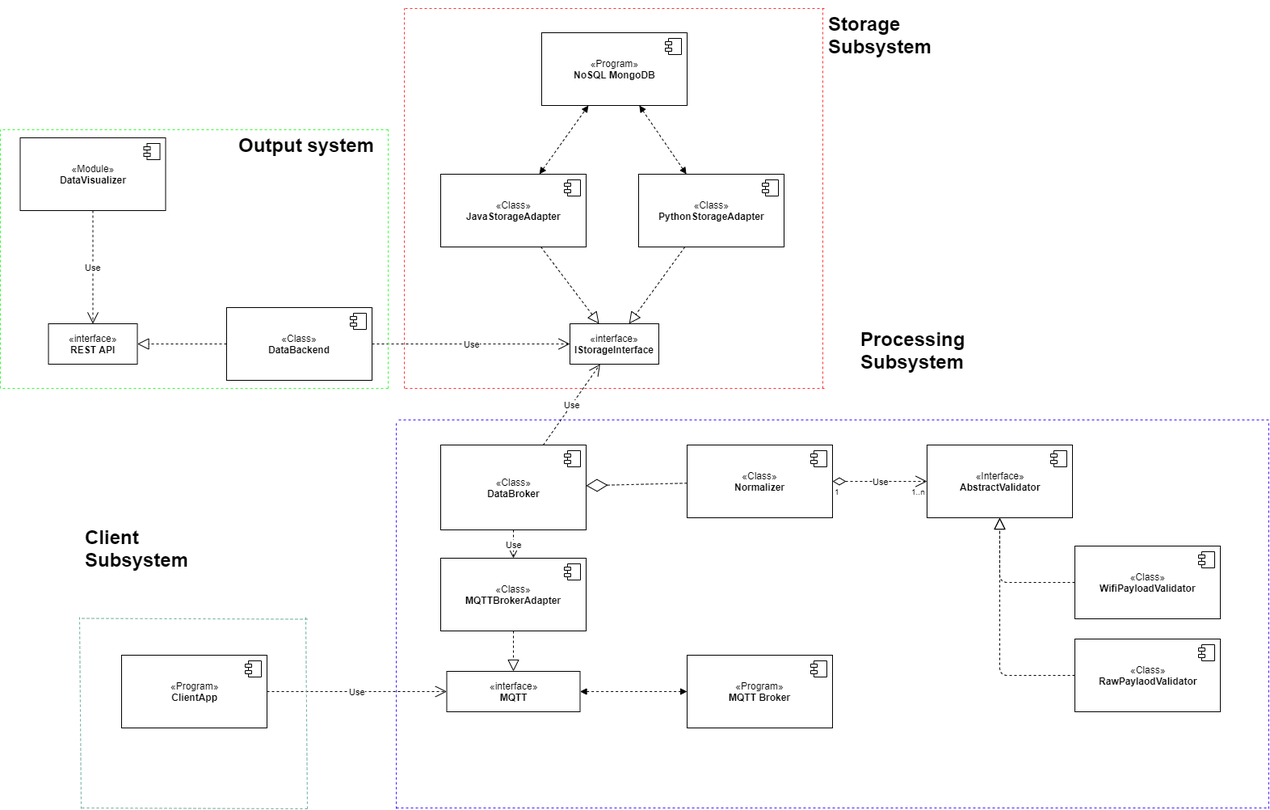
Above: docs/schemes/classes/ClassDiagram-overview.png in Kirkirillka/GPS_Tracker (draw.io), before the change. Source tidied: cells renumbered, new cells last; positions are measured from the earlier drawing's top-left corner, leaving out a move shared by most shapes.
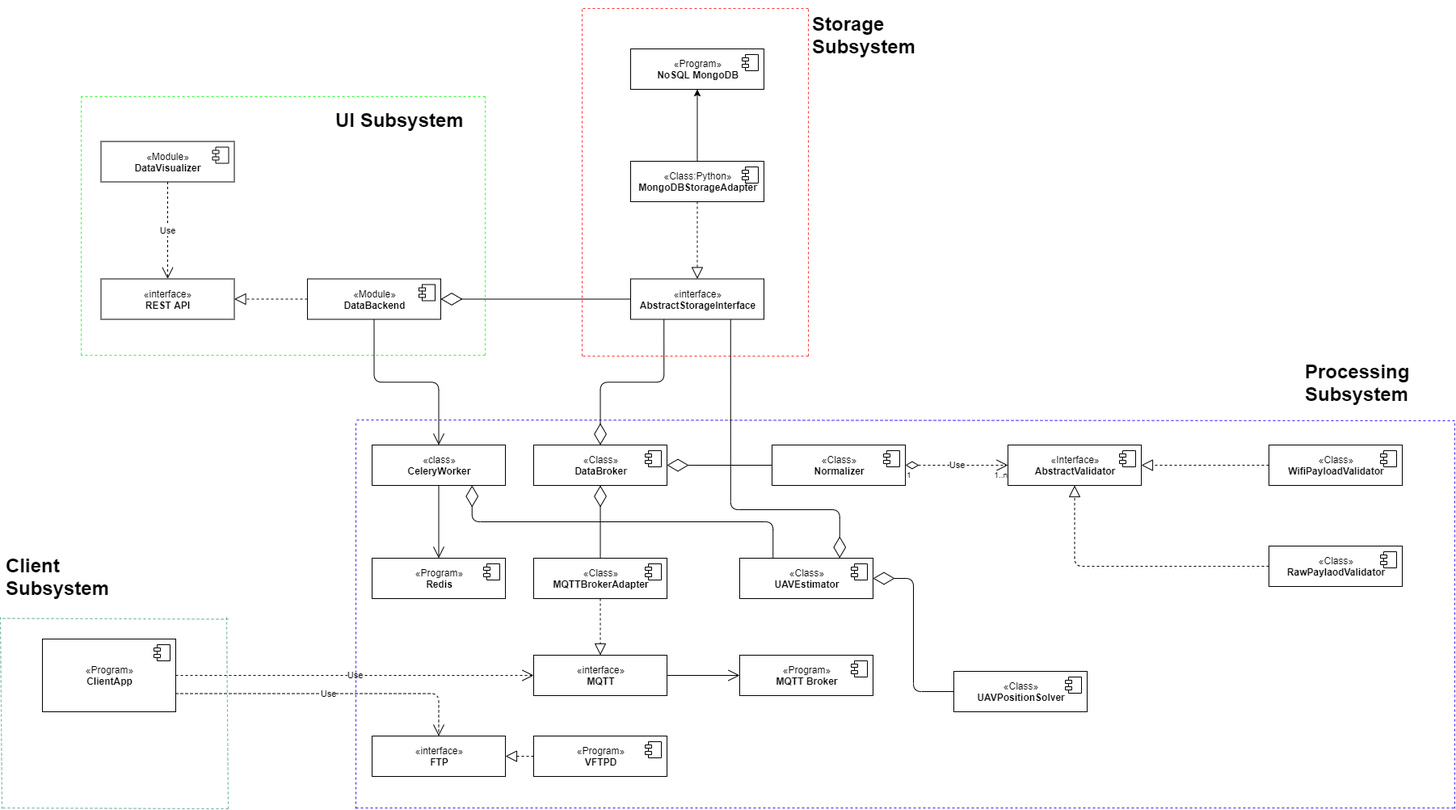
Above is the later version.

Diff of the diagram source:
```diff
@@ -4,13 +4,7 @@
     <mxCell id="1" parent="0" />
-    <mxCell id="2" value="«interface»&lt;br&gt;&lt;b&gt;IStorageInterface&lt;/b&gt;" style="html=1;" parent="1" vertex="1">
-      <mxGeometry x="705" y="390" width="110" height="50" as="geometry" />
+    <mxCell id="2" value="«interface»&lt;br&gt;&lt;b&gt;AbstractStorageInterface&lt;/b&gt;" style="html=1;" parent="1" vertex="1">
+      <mxGeometry x="680" y="334.5" width="165" height="50" as="geometry" />
     </mxCell>
-    <mxCell id="3" value="Use" style="endArrow=open;endSize=12;dashed=1;html=1;" parent="1" edge="1" source="5" target="2">
-      <mxGeometry relative="1" as="geometry" />
-    </mxCell>
-    <mxCell id="4" style="endArrow=block;dashed=1;endFill=0;endSize=12;html=1;" parent="1" edge="1" source="11" target="2">
-      <mxGeometry relative="1" as="geometry" />
-    </mxCell>
     <mxCell id="5" value="«Class»&lt;br&gt;&lt;b&gt;DataBroker&lt;/b&gt;" style="html=1;" parent="1" vertex="1">
-      <mxGeometry x="545" y="540" width="180" height="105" as="geometry" />
+      <mxGeometry x="560" y="540" width="165" height="50" as="geometry" />
     </mxCell>
@@ -21,4 +15,4 @@
     </mxCell>
-    <mxCell id="7" value="«Class»&lt;br&gt;&lt;b&gt;DataBackend&lt;/b&gt;" style="html=1;" parent="1" vertex="1">
-      <mxGeometry x="280" y="370" width="180" height="90" as="geometry" />
+    <mxCell id="7" value="«Module»&lt;br&gt;&lt;b&gt;DataBackend&lt;/b&gt;" style="html=1;" parent="1" vertex="1">
+      <mxGeometry x="280" y="334.5" width="165" height="50" as="geometry" />
     </mxCell>
@@ -29,18 +23,7 @@
     </mxCell>
-    <mxCell id="9" value="Use" style="endArrow=open;endSize=12;dashed=1;html=1;" parent="1" edge="1" source="7" target="2">
-      <mxGeometry relative="1" as="geometry" />
-    </mxCell>
     <mxCell id="10" value="«interface»&lt;br&gt;&lt;b&gt;MQTT&lt;/b&gt;&lt;br&gt;" style="html=1;" parent="1" vertex="1">
-      <mxGeometry x="552.5" y="820" width="165" height="50" as="geometry" />
+      <mxGeometry x="560" y="800" width="165" height="50" as="geometry" />
     </mxCell>
-    <mxCell id="11" value="«Class»&lt;br&gt;&lt;b&gt;JavaStorageAdapter&lt;/b&gt;" style="html=1;" parent="1" vertex="1">
-      <mxGeometry x="545" y="205" width="180" height="90" as="geometry" />
-    </mxCell>
-    <mxCell id="12" style="shape=component;jettyWidth=8;jettyHeight=4;" parent="11" vertex="1">
-      <mxGeometry x="1" width="20" height="20" relative="1" as="geometry">
-        <mxPoint x="-27" y="7" as="offset" />
-      </mxGeometry>
-    </mxCell>
     <mxCell id="13" value="«Class»&lt;br&gt;&lt;b&gt;MQTTBrokerAdapter&lt;/b&gt;" style="html=1;" parent="1" vertex="1">
-      <mxGeometry x="545" y="680" width="180" height="90" as="geometry" />
+      <mxGeometry x="560" y="680" width="165" height="50" as="geometry" />
     </mxCell>
@@ -54,7 +37,4 @@
     </mxCell>
-    <mxCell id="16" value="Use" style="endArrow=open;endSize=12;dashed=1;html=1;" parent="1" edge="1" source="5" target="13">
-      <mxGeometry relative="1" as="geometry" />
-    </mxCell>
     <mxCell id="17" value="«Program»&lt;br&gt;&lt;b&gt;MQTT Broker&lt;/b&gt;" style="html=1;" parent="1" vertex="1">
-      <mxGeometry x="850" y="800" width="180" height="90" as="geometry" />
+      <mxGeometry x="815" y="800" width="165" height="50" as="geometry" />
     </mxCell>
@@ -65,7 +45,4 @@
     </mxCell>
-    <mxCell id="19" style="endArrow=block;startArrow=block;endFill=1;startFill=1;html=1;dashed=1;edgeStyle=orthogonalEdgeStyle;" parent="1" edge="1" source="10" target="17">
-      <mxGeometry relative="1" as="geometry" />
-    </mxCell>
     <mxCell id="20" value="«Program»&lt;br&gt;&lt;b&gt;NoSQL MongoDB&lt;/b&gt;" style="html=1;" parent="1" vertex="1">
-      <mxGeometry x="670" y="30" width="180" height="90" as="geometry" />
+      <mxGeometry x="680" y="50" width="165" height="50" as="geometry" />
     </mxCell>
@@ -76,7 +53,4 @@
     </mxCell>
-    <mxCell id="22" style="endArrow=block;startArrow=block;endFill=1;startFill=1;html=1;dashed=1;" parent="1" edge="1" source="11" target="20">
-      <mxGeometry relative="1" as="geometry" />
-    </mxCell>
     <mxCell id="23" value="«Program»&lt;br&gt;&lt;b&gt;ClientApp&lt;/b&gt;" style="html=1;" parent="1" vertex="1">
-      <mxGeometry x="150" y="800" width="180" height="90" as="geometry" />
+      <mxGeometry x="-48" y="780" width="165" height="90" as="geometry" />
     </mxCell>
@@ -91,3 +65,3 @@
     <mxCell id="26" value="«Module»&lt;br&gt;&lt;b&gt;DataVisualizer&lt;/b&gt;" style="html=1;" parent="1" vertex="1">
-      <mxGeometry x="24.5" y="160" width="180" height="90" as="geometry" />
+      <mxGeometry x="24.5" y="164.5" width="165" height="50" as="geometry" />
     </mxCell>
@@ -99,3 +73,3 @@
     <mxCell id="28" value="«interface»&lt;br&gt;&lt;b&gt;REST API&lt;/b&gt;" style="html=1;" parent="1" vertex="1">
-      <mxGeometry x="59.5" y="390" width="110" height="50" as="geometry" />
+      <mxGeometry x="24.5" y="334.5" width="165" height="50" as="geometry" />
     </mxCell>
@@ -108,3 +82,3 @@
     <mxCell id="31" value="«Class»&lt;br&gt;&lt;b&gt;Normalizer&lt;/b&gt;" style="html=1;" parent="1" vertex="1">
-      <mxGeometry x="850" y="540" width="180" height="90" as="geometry" />
+      <mxGeometry x="855" y="540" width="165" height="50" as="geometry" />
     </mxCell>
@@ -116,3 +90,3 @@
     <mxCell id="33" value="«Interface»&lt;br&gt;&lt;b&gt;AbstractValidator&lt;/b&gt;&lt;br&gt;" style="html=1;" parent="1" vertex="1">
-      <mxGeometry x="1147" y="540" width="180" height="90" as="geometry" />
+      <mxGeometry x="1147" y="540" width="165" height="50" as="geometry" />
     </mxCell>
@@ -124,3 +98,3 @@
     <mxCell id="35" value="«Class»&lt;br&gt;&lt;b&gt;RawPaylaodValidator&lt;/b&gt;" style="html=1;" parent="1" vertex="1">
-      <mxGeometry x="1330" y="780" width="180" height="90" as="geometry" />
+      <mxGeometry x="1470" y="665" width="165" height="50" as="geometry" />
     </mxCell>
@@ -132,3 +106,3 @@
     <mxCell id="37" value="«Class»&lt;br&gt;&lt;b&gt;WifiPayloadValidator&lt;/b&gt;" style="html=1;" parent="1" vertex="1">
-      <mxGeometry x="1330" y="665" width="180" height="90" as="geometry" />
+      <mxGeometry x="1470" y="540" width="165" height="50" as="geometry" />
     </mxCell>
@@ -154,9 +128,6 @@
     </mxCell>
-    <mxCell id="44" style="endArrow=diamondThin;endFill=0;endSize=24;html=1;dashed=1;" parent="1" edge="1" source="31" target="5">
-      <mxGeometry relative="1" as="geometry" />
-    </mxCell>
     <mxCell id="45" style="endArrow=none;dashed=1;html=1;strokeColor=#4517FF;" parent="1" edge="1">
       <mxGeometry relative="1" as="geometry">
-        <mxPoint x="490" y="989" as="sourcePoint" />
-        <mxPoint x="1570" y="989" as="targetPoint" />
+        <mxPoint x="340" y="989" as="sourcePoint" />
+        <mxPoint x="1700" y="989" as="targetPoint" />
       </mxGeometry>
@@ -165,10 +136,9 @@
       <mxGeometry relative="1" as="geometry">
-        <mxPoint x="490" y="990" as="sourcePoint" />
-        <mxPoint x="490" y="510" as="targetPoint" />
+        <mxPoint x="340" y="990" as="sourcePoint" />
+        <mxPoint x="340" y="510" as="targetPoint" />
       </mxGeometry>
     </mxCell>
-    <mxCell id="47" style="endArrow=none;dashed=1;html=1;strokeColor=#4517FF;" parent="1" edge="1">
+    <mxCell id="47" style="endArrow=none;dashed=1;html=1;strokeColor=#4517FF;exitX=1;exitY=1;exitDx=0;exitDy=0;" parent="1" edge="1" source="59">
       <mxGeometry relative="1" as="geometry">
-        <mxPoint x="1570" y="509" as="sourcePoint" />
-        <mxPoint x="490" y="509" as="targetPoint" />
+        <mxPoint x="340" y="509" as="targetPoint" />
       </mxGeometry>
@@ -177,4 +147,4 @@
       <mxGeometry relative="1" as="geometry">
-        <mxPoint x="1570" y="990" as="sourcePoint" />
-        <mxPoint x="1570" y="510" as="targetPoint" />
+        <mxPoint x="1700" y="990" as="sourcePoint" />
+        <mxPoint x="1700" y="510" as="targetPoint" />
       </mxGeometry>
@@ -183,4 +153,4 @@
       <mxGeometry relative="1" as="geometry">
-        <mxPoint x="1020" as="sourcePoint" />
-        <mxPoint x="500" as="targetPoint" />
+        <mxPoint x="900" as="sourcePoint" />
+        <mxPoint x="620" as="targetPoint" />
       </mxGeometry>
@@ -189,4 +159,4 @@
       <mxGeometry relative="1" as="geometry">
-        <mxPoint x="1020" y="470" as="sourcePoint" />
-        <mxPoint x="500" y="470" as="targetPoint" />
+        <mxPoint x="900" y="430" as="sourcePoint" />
+        <mxPoint x="620" y="430" as="targetPoint" />
       </mxGeometry>
@@ -195,4 +165,4 @@
       <mxGeometry relative="1" as="geometry">
-        <mxPoint x="500" y="470" as="sourcePoint" />
-        <mxPoint x="500" as="targetPoint" />
+        <mxPoint x="620" y="430" as="sourcePoint" />
+        <mxPoint x="620" as="targetPoint" />
       </mxGeometry>
@@ -201,4 +171,4 @@
       <mxGeometry relative="1" as="geometry">
-        <mxPoint x="1018" y="470" as="sourcePoint" />
-        <mxPoint x="1018" as="targetPoint" />
+        <mxPoint x="900" y="430" as="sourcePoint" />
+        <mxPoint x="900" as="targetPoint" />
       </mxGeometry>
@@ -207,4 +177,4 @@
       <mxGeometry relative="1" as="geometry">
-        <mxPoint x="480" y="470" as="sourcePoint" />
-        <mxPoint x="480" y="150" as="targetPoint" />
+        <mxPoint x="500" y="429" as="sourcePoint" />
+        <mxPoint x="500" y="109" as="targetPoint" />
       </mxGeometry>
@@ -213,4 +183,4 @@
       <mxGeometry relative="1" as="geometry">
-        <mxPoint y="470" as="sourcePoint" />
-        <mxPoint y="150" as="targetPoint" />
+        <mxPoint y="429" as="sourcePoint" />
+        <mxPoint y="109" as="targetPoint" />
       </mxGeometry>
@@ -219,4 +189,4 @@
       <mxGeometry relative="1" as="geometry">
-        <mxPoint x="480" y="470" as="sourcePoint" />
-        <mxPoint y="470" as="targetPoint" />
+        <mxPoint x="500" y="429" as="sourcePoint" />
+        <mxPoint y="429" as="targetPoint" />
       </mxGeometry>
@@ -225,4 +195,4 @@
       <mxGeometry relative="1" as="geometry">
-        <mxPoint x="480" y="150" as="sourcePoint" />
-        <mxPoint y="150" as="targetPoint" />
+        <mxPoint x="500" y="109" as="sourcePoint" />
+        <mxPoint y="109" as="targetPoint" />
       </mxGeometry>
@@ -230,9 +200,9 @@
     <mxCell id="57" value="&lt;h1&gt;Storage Subsystem&lt;/h1&gt;&lt;p&gt;&lt;br&gt;&lt;/p&gt;" style="text;html=1;strokeColor=none;fillColor=none;spacing=5;spacingTop=-20;whiteSpace=wrap;overflow=hidden;rounded=0;" parent="1" vertex="1">
-      <mxGeometry x="1019.5" width="190" height="120" as="geometry" />
+      <mxGeometry x="900" width="190" height="120" as="geometry" />
     </mxCell>
-    <mxCell id="58" value="&lt;h1&gt;Output system&lt;/h1&gt;" style="text;html=1;strokeColor=none;fillColor=none;spacing=5;spacingTop=-20;whiteSpace=wrap;overflow=hidden;rounded=0;" parent="1" vertex="1">
-      <mxGeometry x="290" y="150" width="190" height="120" as="geometry" />
+    <mxCell id="58" value="&lt;h1&gt;UI Subsystem&lt;/h1&gt;" style="text;html=1;strokeColor=none;fillColor=none;spacing=5;spacingTop=-20;whiteSpace=wrap;overflow=hidden;rounded=0;" parent="1" vertex="1">
+      <mxGeometry x="310" y="119" width="190" height="120" as="geometry" />
     </mxCell>
     <mxCell id="59" value="&lt;h1&gt;Processing Subsystem&lt;/h1&gt;" style="text;html=1;strokeColor=none;fillColor=none;spacing=5;spacingTop=-20;whiteSpace=wrap;overflow=hidden;rounded=0;" parent="1" vertex="1">
-      <mxGeometry x="1060" y="390" width="190" height="120" as="geometry" />
+      <mxGeometry x="1510" y="430" width="190" height="80" as="geometry" />
     </mxCell>
@@ -240,4 +210,4 @@
       <mxGeometry relative="1" as="geometry">
-        <mxPoint x="380" y="990" as="sourcePoint" />
-        <mxPoint x="100" y="989" as="targetPoint" />
+        <mxPoint x="182" y="990" as="sourcePoint" />
+        <mxPoint x="-98" y="989" as="targetPoint" />
       </mxGeometry>
@@ -246,4 +216,4 @@
       <mxGeometry relative="1" as="geometry">
-        <mxPoint x="380" y="990" as="sourcePoint" />
-        <mxPoint x="378" y="750" as="targetPoint" />
+        <mxPoint x="182" y="990" as="sourcePoint" />
+        <mxPoint x="180" y="750" as="targetPoint" />
       </mxGeometry>
@@ -252,4 +222,4 @@
       <mxGeometry relative="1" as="geometry">
-        <mxPoint x="100" y="990" as="sourcePoint" />
-        <mxPoint x="98" y="750" as="targetPoint" />
+        <mxPoint x="-98" y="990" as="sourcePoint" />
+        <mxPoint x="-100" y="750" as="targetPoint" />
       </mxGeometry>
@@ -258,4 +228,4 @@
       <mxGeometry relative="1" as="geometry">
-        <mxPoint x="380" y="755.5" as="sourcePoint" />
-        <mxPoint x="100" y="754.5" as="targetPoint" />
+        <mxPoint x="182" y="755.5" as="sourcePoint" />
+        <mxPoint x="-98" y="754.5" as="targetPoint" />
       </mxGeometry>
@@ -263,6 +233,9 @@
     <mxCell id="64" value="&lt;h1&gt;Client Subsystem&lt;/h1&gt;" style="text;html=1;strokeColor=none;fillColor=none;spacing=5;spacingTop=-20;whiteSpace=wrap;overflow=hidden;rounded=0;" parent="1" vertex="1">
-      <mxGeometry x="100" y="635" width="190" height="120" as="geometry" />
+      <mxGeometry x="-98" y="670" width="190" height="85" as="geometry" />
     </mxCell>
+    <mxCell id="68" style="edgeStyle=orthogonalEdgeStyle;rounded=0;jettySize=auto;html=1;" parent="1" edge="1" source="65" target="20">
+      <mxGeometry relative="1" as="geometry" />
+    </mxCell>
-    <mxCell id="65" value="«Class»&lt;br&gt;&lt;b&gt;PythonStorageAdapter&lt;/b&gt;" style="html=1;" parent="1" vertex="1">
-      <mxGeometry x="790" y="205" width="180" height="90" as="geometry" />
+    <mxCell id="65" value="«Class:Python»&lt;br&gt;&lt;b&gt;MongoDBStorageAdapter&lt;/b&gt;" style="html=1;" parent="1" vertex="1">
+      <mxGeometry x="680" y="189" width="165" height="50" as="geometry" />
     </mxCell>
@@ -276,5 +249,81 @@
     </mxCell>
-    <mxCell id="68" style="endArrow=block;startArrow=block;endFill=1;startFill=1;html=1;dashed=1;" parent="1" edge="1" source="65" target="20">
-      <mxGeometry relative="1" as="geometry" />
-    </mxCell>
+    <mxCell id="69" value="«Class»&lt;br&gt;&lt;b&gt;UAVEstimator&lt;/b&gt;" style="html=1;" parent="1" vertex="1">
+      <mxGeometry x="815" y="680" width="165" height="50" as="geometry" />
+    </mxCell>
+    <mxCell id="70" style="shape=component;jettyWidth=8;jettyHeight=4;" parent="69" vertex="1">
+      <mxGeometry x="1" width="20" height="20" relative="1" as="geometry">
+        <mxPoint x="-27" y="7" as="offset" />
+      </mxGeometry>
+    </mxCell>
+    <mxCell id="44" style="endArrow=diamondThin;endFill=0;endSize=24;html=1;" parent="1" edge="1" source="31" target="5">
+      <mxGeometry relative="1" as="geometry" />
+    </mxCell>
+    <mxCell id="71" style="endArrow=diamondThin;endFill=0;endSize=24;html=1;" parent="1" edge="1" source="13" target="5">
+      <mxGeometry relative="1" as="geometry" />
+    </mxCell>
+    <mxCell id="19" style="endArrow=open;endFill=1;endSize=12;html=1;" parent="1" edge="1" source="10" target="17">
+      <mxGeometry relative="1" as="geometry" />
+    </mxCell>
+    <mxCell id="72" value="«Class»&lt;br&gt;&lt;b&gt;UAVPositionSolver&lt;/b&gt;" style="html=1;" parent="1" vertex="1">
+      <mxGeometry x="1080" y="820" width="165" height="50" as="geometry" />
+    </mxCell>
+    <mxCell id="73" style="shape=component;jettyWidth=8;jettyHeight=4;" parent="72" vertex="1">
+      <mxGeometry x="1" width="20" height="20" relative="1" as="geometry">
+        <mxPoint x="-27" y="7" as="offset" />
+      </mxGeometry>
+    </mxCell>
+    <mxCell id="74" style="endArrow=diamondThin;endFill=0;endSize=24;html=1;edgeStyle=elbowEdgeStyle;" parent="1" edge="1" source="72" target="69">
+      <mxGeometry relative="1" as="geometry" />
+    </mxCell>
+    <mxCell id="75" style="endArrow=diamondThin;endFill=0;endSize=24;html=1;edgeStyle=orthogonalEdgeStyle;exitX=0.25;exitY=1;exitDx=0;exitDy=0;" parent="1" edge="1" source="2" target="5">
+      <mxGeometry relative="1" as="geometry" />
+    </mxCell>
+    <mxCell id="76" value="«Program»&lt;br&gt;&lt;b&gt;Redis&lt;/b&gt;" style="html=1;" parent="1" vertex="1">
+      <mxGeometry x="360" y="680" width="165" height="50" as="geometry" />
+    </mxCell>
+    <mxCell id="77" style="shape=component;jettyWidth=8;jettyHeight=4;" parent="76" vertex="1">
+      <mxGeometry x="1" width="20" height="20" relative="1" as="geometry">
+        <mxPoint x="-27" y="7" as="offset" />
+      </mxGeometry>
+    </mxCell>
+    <mxCell id="78" value="«Program»&lt;br&gt;&lt;b&gt;VFTPD&lt;/b&gt;" style="html=1;" parent="1" vertex="1">
+      <mxGeometry x="560" y="900" width="165" height="50" as="geometry" />
+    </mxCell>
+    <mxCell id="79" style="shape=component;jettyWidth=8;jettyHeight=4;" parent="78" vertex="1">
+      <mxGeometry x="1" width="20" height="20" relative="1" as="geometry">
+        <mxPoint x="-27" y="7" as="offset" />
+      </mxGeometry>
+    </mxCell>
+    <mxCell id="80" value="«interface»&lt;br&gt;&lt;b&gt;FTP&lt;/b&gt;" style="html=1;" parent="1" vertex="1">
+      <mxGeometry x="360" y="900" width="165" height="50" as="geometry" />
+    </mxCell>
+    <mxCell id="81" value="Use" style="endArrow=open;endSize=12;dashed=1;html=1;edgeStyle=orthogonalEdgeStyle;exitX=1;exitY=0.75;exitDx=0;exitDy=0;" parent="1" edge="1" source="23" target="80">
+      <mxGeometry relative="1" as="geometry" />
+    </mxCell>
+    <mxCell id="82" style="endArrow=block;dashed=1;endFill=0;endSize=12;html=1;" parent="1" edge="1" source="78" target="80">
+      <mxGeometry relative="1" as="geometry" />
+    </mxCell>
+    <mxCell id="83" value="«class»&lt;br&gt;&lt;b&gt;CeleryWorker&lt;/b&gt;" style="html=1;" parent="1" vertex="1">
+      <mxGeometry x="360" y="540" width="165" height="50" as="geometry" />
+    </mxCell>
+    <mxCell id="84" style="endArrow=open;endFill=1;endSize=12;html=1;" parent="1" edge="1" source="83" target="76">
+      <mxGeometry relative="1" as="geometry" />
+    </mxCell>
+    <mxCell id="85" style="endArrow=open;endFill=1;endSize=12;html=1;edgeStyle=orthogonalEdgeStyle;" parent="1" edge="1" source="7" target="83">
+      <mxGeometry relative="1" as="geometry" />
+    </mxCell>
+    <mxCell id="86" style="endArrow=diamondThin;endFill=0;endSize=24;html=1;edgeStyle=orthogonalEdgeStyle;" parent="1" edge="1" source="2" target="7">
+      <mxGeometry relative="1" as="geometry" />
+    </mxCell>
+    <mxCell id="87" style="endArrow=diamondThin;endFill=0;endSize=24;html=1;edgeStyle=elbowEdgeStyle;elbow=vertical;entryX=0.75;entryY=1;entryDx=0;entryDy=0;exitX=0.25;exitY=0;exitDx=0;exitDy=0;" parent="1" edge="1" source="69" target="83">
+      <mxGeometry relative="1" as="geometry" />
+    </mxCell>
+    <mxCell id="88" style="endArrow=diamondThin;endFill=0;endSize=24;html=1;exitX=0.75;exitY=1;exitDx=0;exitDy=0;entryX=0.75;entryY=0;entryDx=0;entryDy=0;edgeStyle=orthogonalEdgeStyle;" parent="1" edge="1" source="2" target="69">
+      <mxGeometry relative="1" as="geometry">
+        <Array as="points">
+          <mxPoint x="804" y="620" />
+          <mxPoint x="939" y="620" />
+        </Array>
+      </mxGeometry>
+    </mxCell>
   </root>
```
